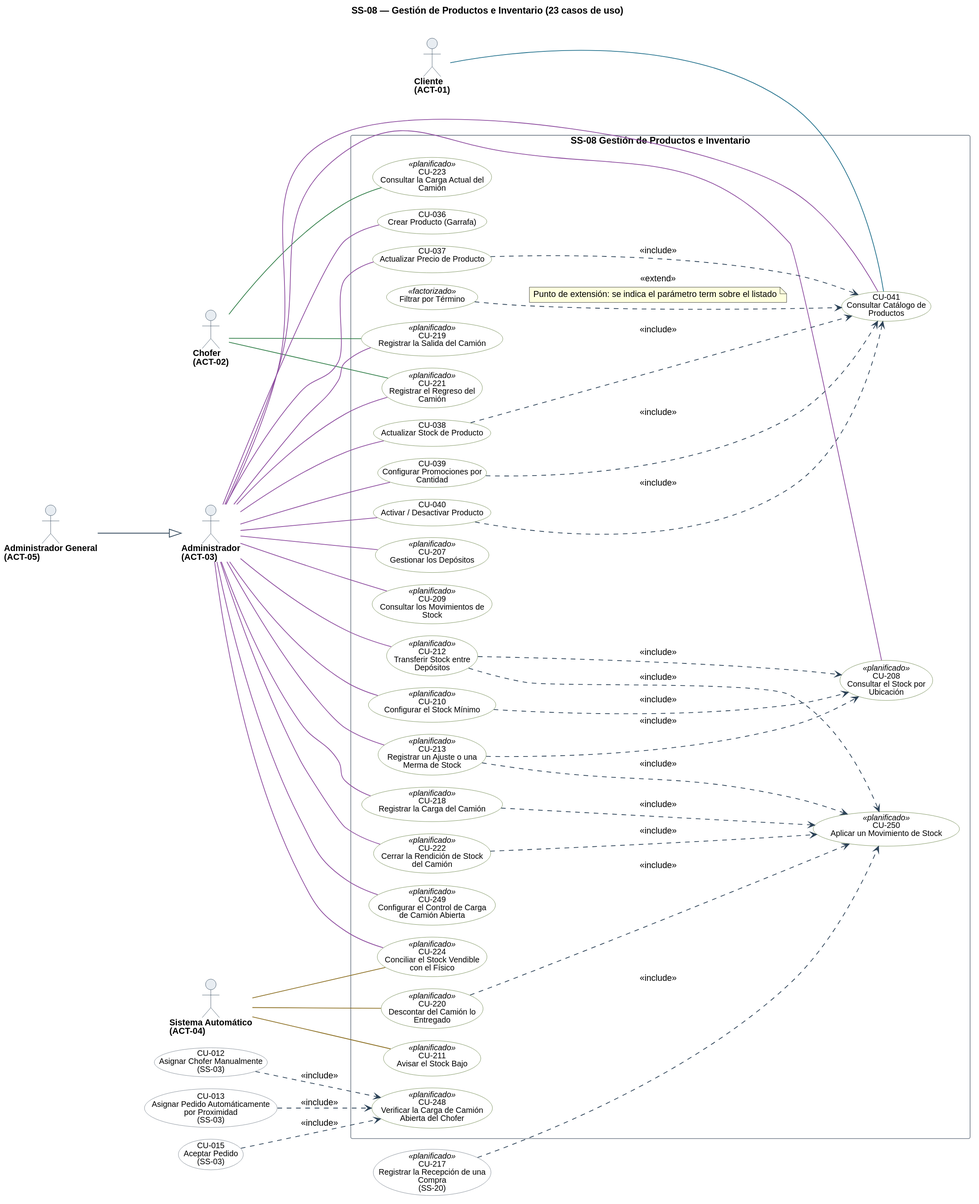
The PlantUML diagram diagramas/uml/CU_SS-08_Gestion-De-Productos.svg in Nahuelito-Dev/splg-docs, before a commit.
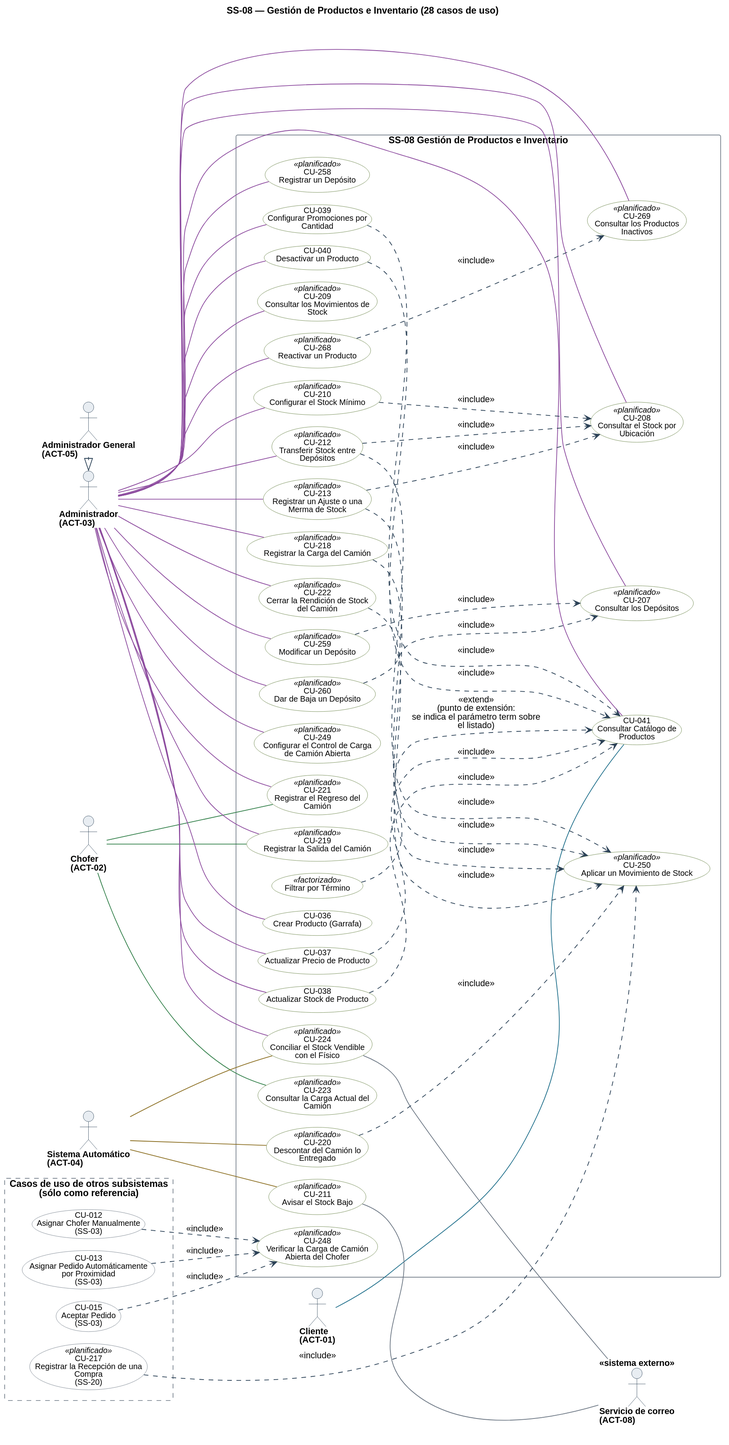
After the commit.

Diff of the diagram source:
```diff
@@ -1,5 +1,5 @@
 @startuml
-title SS-08 — Gestión de Productos e Inventario (23 casos de uso)
+title SS-08 — Gestión de Productos e Inventario (28 casos de uso)
 left to right direction
 skinparam backgroundColor #FFFFFF
 skinparam shadowing false
@@ -39,15 +39,16 @@
 actor "Administrador\n(ACT-03)" as A03
 actor "Sistema Automático\n(ACT-04)" as A04
 actor "Administrador General\n(ACT-05)" as A05
+actor "Servicio de correo\n(ACT-08)" as A08 <<sistema externo>>
 
 rectangle "SS-08 Gestión de Productos e Inventario" {
   usecase "CU-036\nCrear Producto (Garrafa)" as U036 #back:FFFFFF;line:5E7A3A
   usecase "CU-037\nActualizar Precio de Producto" as U037 #back:FFFFFF;line:5E7A3A
   usecase "CU-038\nActualizar Stock de Producto" as U038 #back:FFFFFF;line:5E7A3A
   usecase "CU-039\nConfigurar Promociones por\nCantidad" as U039 #back:FFFFFF;line:5E7A3A
-  usecase "CU-040\nActivar / Desactivar Producto" as U040 #back:FFFFFF;line:5E7A3A
+  usecase "CU-040\nDesactivar un Producto" as U040 #back:FFFFFF;line:5E7A3A
   usecase "CU-041\nConsultar Catálogo de\nProductos" as U041 #back:FFFFFF;line:5E7A3A
-  usecase "CU-207\nGestionar los Depósitos" as U207 <<planificado>> #back:FFFFFF;line:5E7A3A
+  usecase "CU-207\nConsultar los Depósitos" as U207 <<planificado>> #back:FFFFFF;line:5E7A3A
   usecase "CU-208\nConsultar el Stock por\nUbicación" as U208 <<planificado>> #back:FFFFFF;line:5E7A3A
   usecase "CU-209\nConsultar los Movimientos de\nStock" as U209 <<planificado>> #back:FFFFFF;line:5E7A3A
   usecase "CU-210\nConfigurar el Stock Mínimo" as U210 <<planificado>> #back:FFFFFF;line:5E7A3A
@@ -64,13 +65,20 @@
   usecase "CU-248\nVerificar la Carga de Camión\nAbierta del Chofer" as U248 <<planificado>> #back:FFFFFF;line:5E7A3A
   usecase "CU-249\nConfigurar el Control de Carga\nde Camión Abierta" as U249 <<planificado>> #back:FFFFFF;line:5E7A3A
   usecase "CU-250\nAplicar un Movimiento de Stock" as U250 <<planificado>> #back:FFFFFF;line:5E7A3A
+  usecase "CU-258\nRegistrar un Depósito" as U258 <<planificado>> #back:FFFFFF;line:5E7A3A
+  usecase "CU-259\nModificar un Depósito" as U259 <<planificado>> #back:FFFFFF;line:5E7A3A
+  usecase "CU-260\nDar de Baja un Depósito" as U260 <<planificado>> #back:FFFFFF;line:5E7A3A
+  usecase "CU-268\nReactivar un Producto" as U268 <<planificado>> #back:FFFFFF;line:5E7A3A
+  usecase "CU-269\nConsultar los Productos\nInactivos" as U269 <<planificado>> #back:FFFFFF;line:5E7A3A
   usecase "Filtrar por Término" as F_TERM <<factorizado>> #back:FFFFFF;line:5E7A3A
 }
 
-usecase "CU-012\nAsignar Chofer Manualmente\n(SS-03)" as U012 #back:FFFFFF;line:6B7683
-usecase "CU-013\nAsignar Pedido Automáticamente\npor Proximidad\n(SS-03)" as U013 #back:FFFFFF;line:6B7683
-usecase "CU-015\nAceptar Pedido\n(SS-03)" as U015 #back:FFFFFF;line:6B7683
-usecase "CU-217\nRegistrar la Recepción de una\nCompra\n(SS-20)" as U217 <<planificado>> #back:FFFFFF;line:6B7683
+rectangle "Casos de uso de otros subsistemas\n(sólo como referencia)" as OTROS #back:FFFFFF;line:6B7683;line.dashed {
+  usecase "CU-012\nAsignar Chofer Manualmente\n(SS-03)" as U012 #back:FFFFFF;line:6B7683
+  usecase "CU-013\nAsignar Pedido Automáticamente\npor Proximidad\n(SS-03)" as U013 #back:FFFFFF;line:6B7683
+  usecase "CU-015\nAceptar Pedido\n(SS-03)" as U015 #back:FFFFFF;line:6B7683
+  usecase "CU-217\nRegistrar la Recepción de una\nCompra\n(SS-20)" as U217 <<planificado>> #back:FFFFFF;line:6B7683
+}
 
 A01 -[#1F6F8B]- U041
 A02 -[#2E7D46]- U219
@@ -94,10 +102,17 @@
 A03 -[#8C4A9E]- U222
 A03 -[#8C4A9E]- U224
 A03 -[#8C4A9E]- U249
+A03 -[#8C4A9E]- U258
+A03 -[#8C4A9E]- U259
+A03 -[#8C4A9E]- U260
+A03 -[#8C4A9E]- U268
+A03 -[#8C4A9E]- U269
 A04 -[#8A6D1F]- U211
 A04 -[#8A6D1F]- U220
 A04 -[#8A6D1F]- U224
-A05 --|> A03
+U211 -[#6B7683]- A08
+U224 -[#6B7683]- A08
+A05 -right-|> A03
 
 U037 ..> U041 : <<include>>
 U038 ..> U041 : <<include>>
@@ -111,13 +126,13 @@
 U218 ..> U250 : <<include>>
 U220 ..> U250 : <<include>>
 U222 ..> U250 : <<include>>
+U259 ..> U207 : <<include>>
+U260 ..> U207 : <<include>>
+U268 ..> U269 : <<include>>
 U217 ..> U250 : <<include>>
 U012 ..> U248 : <<include>>
 U013 ..> U248 : <<include>>
 U015 ..> U248 : <<include>>
 
-F_TERM ..> U041 : <<extend>>
-note on link
-  Punto de extensión: se indica el parámetro term sobre el listado
-end note
+F_TERM ..> U041 : <<extend>>\n(punto de extensión:\nse indica el parámetro term sobre\nel listado)
 @enduml
```
